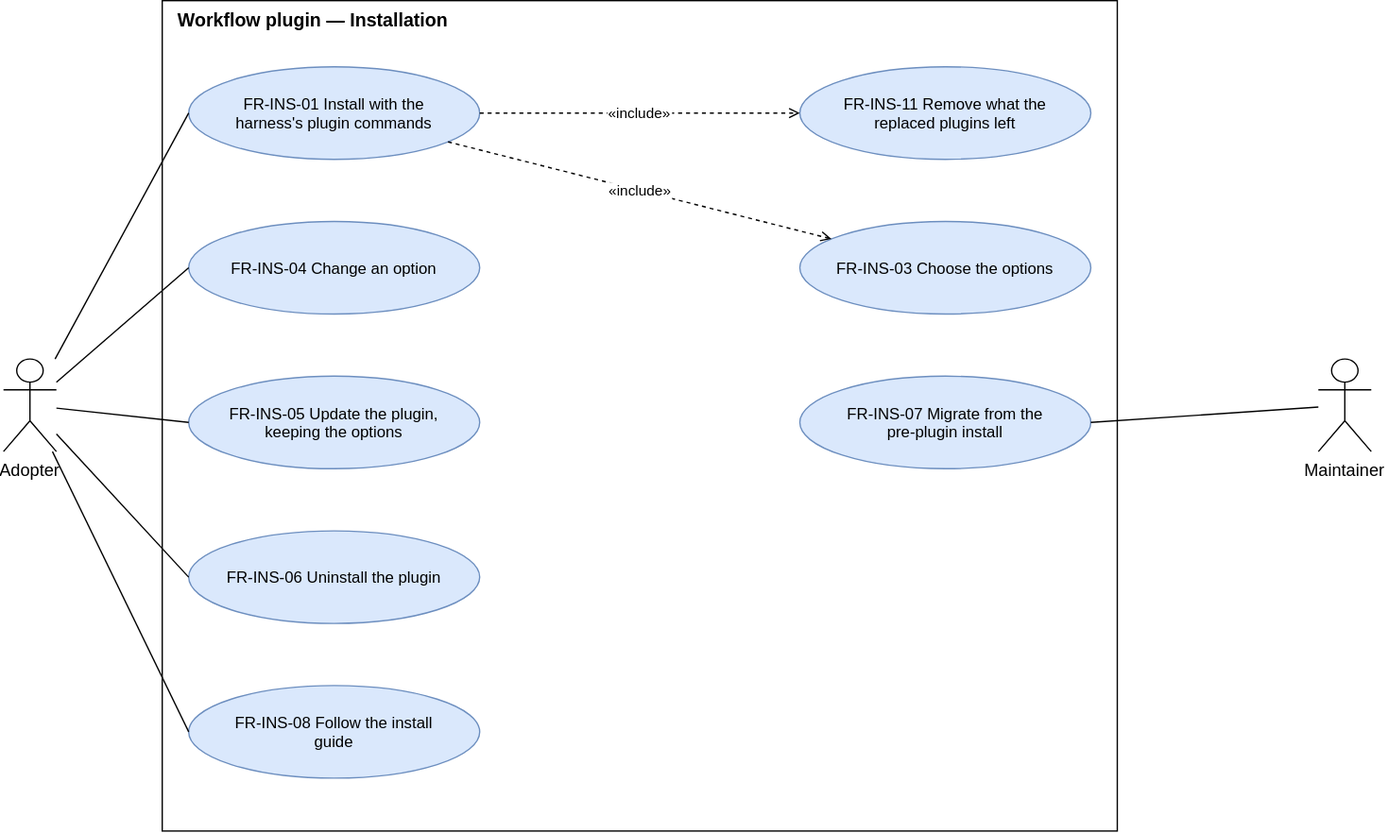
Earlier version of the draw.io export docs/requirements/diagrams/use-cases-install.drawio.svg (ATNexusLab/tightship). Source tidied: cells renumbered, new cells last; positions are measured from the earlier drawing's top-left corner, leaving out a move shared by most shapes.
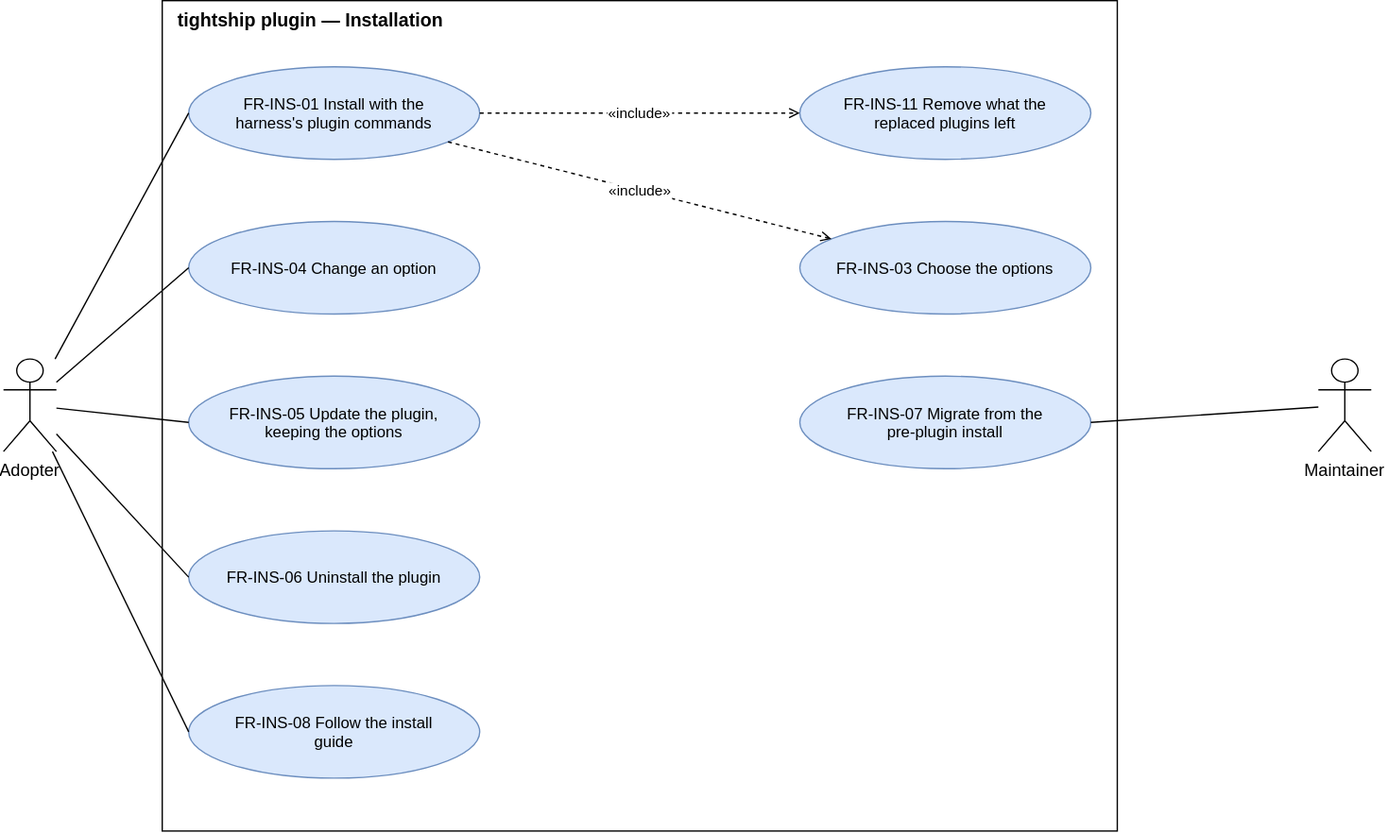
Later version of the same file.

Commit message:
docs: name the plugin tightship in the diagrams

Change to the diagram source:
```diff
@@ -2,7 +2,7 @@
   <root>
     <mxCell id="0" />
     <mxCell id="1" parent="0" />
-    <mxCell id="2" value="Workflow plugin — Installation" style="rounded=0;fillColor=none;verticalAlign=top;align=left;spacingLeft=10;fontStyle=1;fontSize=14;html=0;" parent="1" vertex="1">
+    <mxCell id="2" value="tightship plugin — Installation" style="rounded=0;fillColor=none;verticalAlign=top;align=left;spacingLeft=10;fontStyle=1;fontSize=14;html=0;" parent="1" vertex="1">
       <mxGeometry x="120" width="722" height="628" as="geometry" />
     </mxCell>
     <mxCell id="3" value="FR-INS-01 Install with the&#10;harness's plugin commands" style="ellipse;fontSize=12;fillColor=#dae8fc;strokeColor=#6c8ebf;html=0;" parent="1" vertex="1">
```
